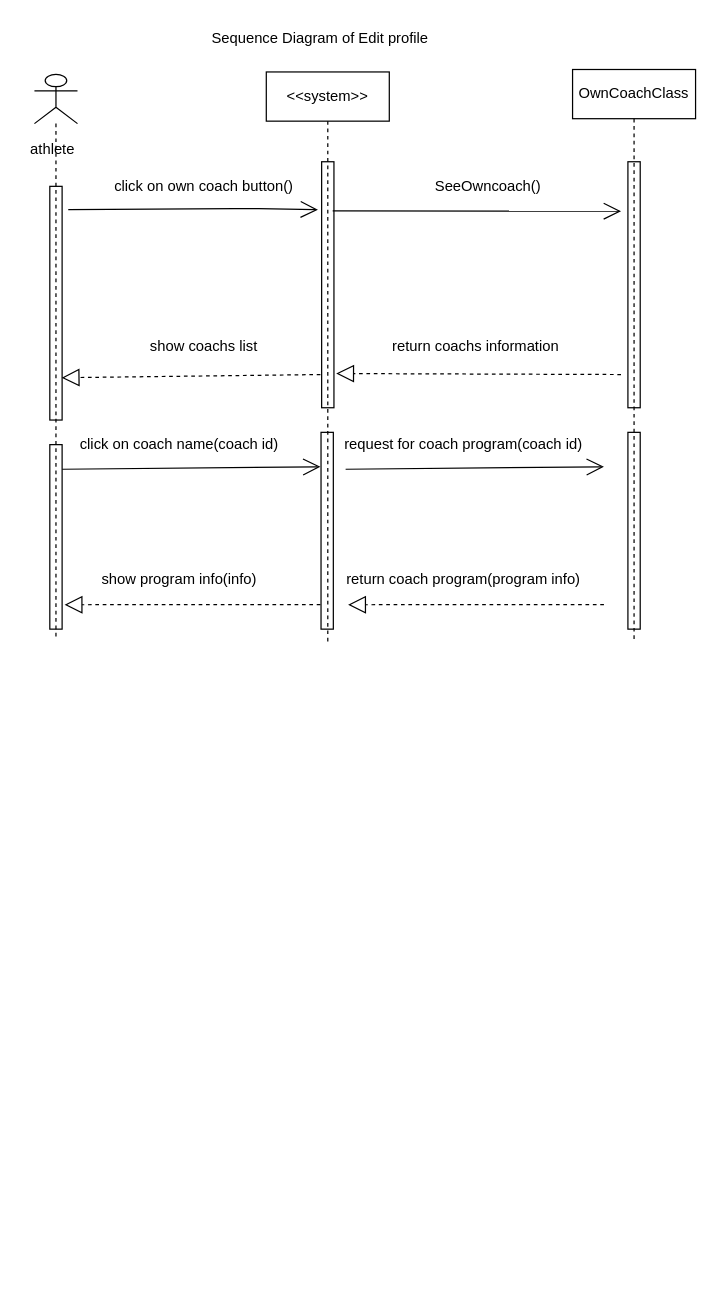
Before: Behavioral Modeling/Sequence Diagram of own coach.drawio in mmohajer9/sama-online-coaching-system, a draw.io diagram. Source tidied: cells renumbered, new cells numbered last; positions are measured from the earlier drawing's top-left corner, leaving out a move shared by most shapes. Both pictures are drawn from the tidied source at 123%, with x=0, y=0 at pixel (21, 26).
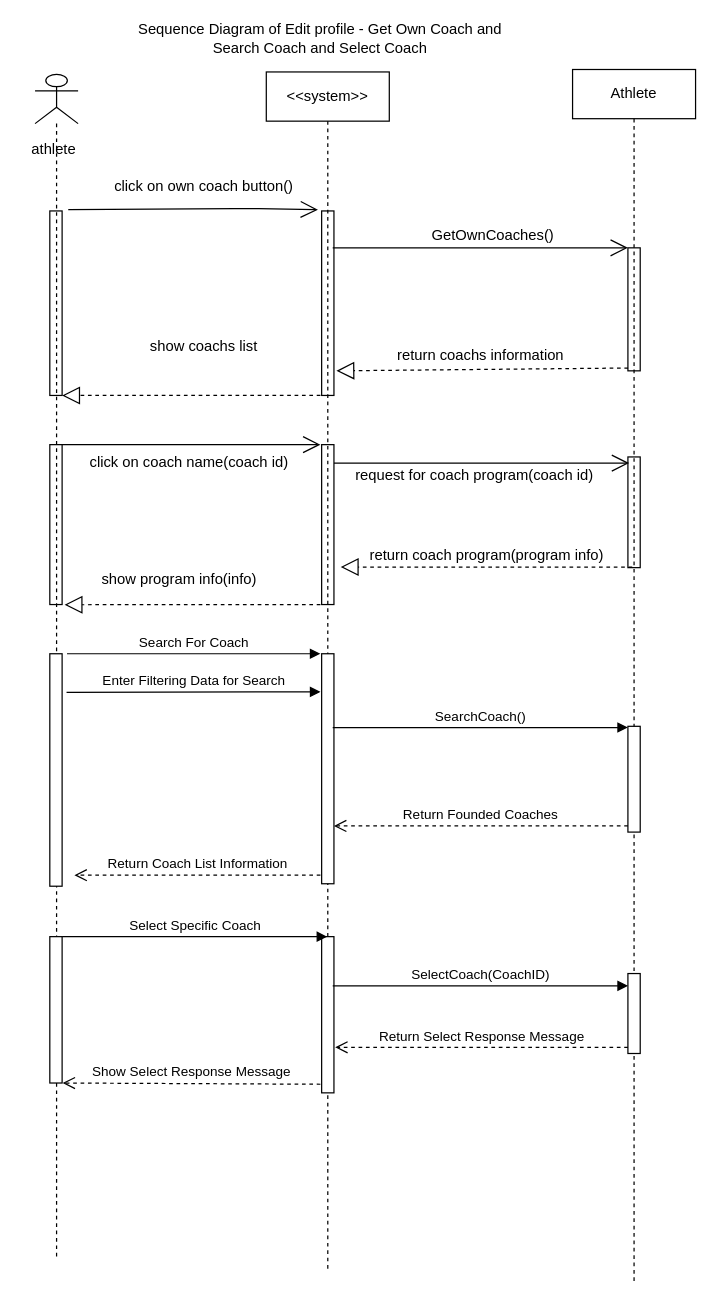
The same diagram, later.

Diff of the diagram source:
```diff
@@
     <mxCell id="2" style="html=1;points=[];perimeter=orthogonalPerimeter;" parent="1" vertex="1">
-      <mxGeometry x="493" y="110" width="10" height="200" as="geometry" />
+      <mxGeometry x="493" y="180" width="10" height="100" as="geometry" />
     </mxCell>
@@
     <mxCell id="6" style="html=1;perimeter=orthogonalPerimeter;" parent="1" vertex="1">
-      <mxGeometry x="243.5" y="330" width="10" height="160" as="geometry" />
+      <mxGeometry x="244" y="340" width="10" height="130" as="geometry" />
     </mxCell>
-    <mxCell id="7" style="endArrow=open;endFill=1;endSize=12;html=1;" parent="1" edge="1">
+    <mxCell id="7" style="endArrow=open;endFill=1;endSize=12;html=1;" parent="1" edge="1" source="27">
       <mxGeometry relative="1" as="geometry">
-        <mxPoint x="33" y="360" as="sourcePoint" />
-        <mxPoint x="243" y="358" as="targetPoint" />
+        <mxPoint x="243" y="340" as="targetPoint" />
       </mxGeometry>
     </mxCell>
@@
     <mxCell id="9" style="html=1;points=[];perimeter=orthogonalPerimeter;" parent="1" vertex="1">
-      <mxGeometry x="244" y="110" width="10" height="200" as="geometry" />
+      <mxGeometry x="244" y="150" width="10" height="150" as="geometry" />
     </mxCell>
-    <mxCell id="10" style="endArrow=open;endFill=1;endSize=12;html=1;entryX=-0.56;entryY=0.201;entryDx=0;entryDy=0;entryPerimeter=0;" parent="1" edge="1" target="2">
+    <mxCell id="10" style="endArrow=open;endFill=1;endSize=12;html=1;" parent="1" edge="1">
       <mxGeometry relative="1" as="geometry">
-        <mxPoint x="253" y="150" as="sourcePoint" />
+        <mxPoint x="253" y="180" as="sourcePoint" />
+        <mxPoint x="493" y="180" as="targetPoint" />
       </mxGeometry>
     </mxCell>
-    <mxCell id="11" value="SeeOwncoach()" style="text;html=1;align=center;verticalAlign=middle;" parent="1" vertex="1">
-      <mxGeometry x="328.5" y="120" width="100" height="20" as="geometry" />
+    <mxCell id="11" value="GetOwnCoaches()" style="text;html=1;align=center;verticalAlign=middle;" parent="1" vertex="1">
+      <mxGeometry x="328" y="160" width="110" height="20" as="geometry" />
     </mxCell>
-    <mxCell id="12" style="endArrow=block;dashed=1;endFill=0;endSize=12;html=1;entryX=1.18;entryY=0.861;entryDx=0;entryDy=0;entryPerimeter=0;exitX=-0.56;exitY=0.865;exitDx=0;exitDy=0;exitPerimeter=0;" parent="1" edge="1" source="2" target="9">
-      <mxGeometry relative="1" as="geometry" />
+    <mxCell id="12" style="endArrow=block;dashed=1;endFill=0;endSize=12;html=1;exitX=0.014;exitY=0.977;exitDx=0;exitDy=0;exitPerimeter=0;" parent="1" edge="1" source="2">
+      <mxGeometry relative="1" as="geometry">
+        <mxPoint x="256" y="280" as="targetPoint" />
+      </mxGeometry>
     </mxCell>
     <mxCell id="13" value="return coachs information" style="text;html=1;align=center;verticalAlign=middle;" parent="1" vertex="1">
-      <mxGeometry x="294" y="250" width="150" height="20" as="geometry" />
+      <mxGeometry x="298" y="257.5" width="150" height="20" as="geometry" />
     </mxCell>
     <mxCell id="14" value="click on coach name(coach id)" style="text;html=1;align=center;verticalAlign=middle;" parent="1" vertex="1">
-      <mxGeometry x="38" y="330" width="180" height="20" as="geometry" />
+      <mxGeometry x="45.5" y="345" width="180" height="20" as="geometry" />
     </mxCell>
@@
-    <mxCell id="16" value="Sequence Diagram of Edit profile" style="text;html=1;strokeColor=none;fillColor=none;align=center;verticalAlign=middle;whiteSpace=wrap;rounded=0;" parent="1" vertex="1">
+    <mxCell id="16" value="Sequence Diagram of Edit profile - Get Own Coach and Search Coach and Select Coach" style="text;html=1;strokeColor=none;fillColor=none;align=center;verticalAlign=middle;whiteSpace=wrap;rounded=0;" parent="1" vertex="1">
       <mxGeometry x="78" width="330" height="20" as="geometry" />
     </mxCell>
     <mxCell id="17" style="html=1;perimeter=orthogonalPerimeter;" parent="1" vertex="1">
-      <mxGeometry x="493" y="330" width="10" height="160" as="geometry" />
+      <mxGeometry x="493" y="350" width="10" height="90" as="geometry" />
     </mxCell>
     <mxCell id="18" style="endArrow=open;endFill=1;endSize=12;html=1;" parent="1" edge="1">
       <mxGeometry relative="1" as="geometry">
-        <mxPoint x="263.5" y="360" as="sourcePoint" />
-        <mxPoint x="473.5" y="358" as="targetPoint" />
+        <mxPoint x="254" y="355" as="sourcePoint" />
+        <mxPoint x="494" y="355" as="targetPoint" />
       </mxGeometry>
     </mxCell>
-    <mxCell id="19" style="endArrow=block;dashed=1;endFill=0;endSize=12;html=1;entryX=1.2;entryY=0.876;entryDx=0;entryDy=0;entryPerimeter=0;" parent="1" edge="1">
+    <mxCell id="19" style="endArrow=block;dashed=1;endFill=0;endSize=12;html=1;" parent="1" edge="1">
       <mxGeometry relative="1" as="geometry">
-        <mxPoint x="473.5" y="470" as="sourcePoint" />
-        <mxPoint x="265.5" y="470.2" as="targetPoint" />
-        <Array as="points">
-          <mxPoint x="363.5" y="470" />
-        </Array>
+        <mxPoint x="496.5" y="439.5" as="sourcePoint" />
+        <mxPoint x="259.5" y="439.5" as="targetPoint" />
       </mxGeometry>
     </mxCell>
     <mxCell id="20" value="request for coach program(coach id)" style="text;html=1;align=center;verticalAlign=middle;" parent="1" vertex="1">
-      <mxGeometry x="253.5" y="330" width="210" height="20" as="geometry" />
+      <mxGeometry x="263" y="355" width="210" height="20" as="geometry" />
     </mxCell>
     <mxCell id="21" value="return coach program(program info)" style="text;html=1;align=center;verticalAlign=middle;" parent="1" vertex="1">
-      <mxGeometry x="253.5" y="440" width="210" height="20" as="geometry" />
+      <mxGeometry x="273" y="420" width="210" height="20" as="geometry" />
     </mxCell>
-    <mxCell id="22" value="&lt;span style=&quot;white-space: nowrap&quot;&gt;OwnCoachClass&lt;/span&gt;" style="shape=umlLifeline;perimeter=lifelinePerimeter;whiteSpace=wrap;html=1;" parent="1" vertex="1">
-      <mxGeometry x="448" y="35" width="100" height="465" as="geometry" />
+    <mxCell id="22" value="&lt;span style=&quot;white-space: nowrap&quot;&gt;Athlete&lt;/span&gt;" style="shape=umlLifeline;perimeter=lifelinePerimeter;whiteSpace=wrap;html=1;" parent="1" vertex="1">
+      <mxGeometry x="448" y="35" width="100" height="985" as="geometry" />
     </mxCell>
+    <mxCell id="29" style="html=1;perimeter=orthogonalPerimeter;" parent="22" vertex="1">
+      <mxGeometry x="45" y="534" width="10" height="86" as="geometry" />
+    </mxCell>
+    <mxCell id="30" style="html=1;points=[];perimeter=orthogonalPerimeter;" parent="22" vertex="1">
+      <mxGeometry x="45" y="735" width="10" height="65" as="geometry" />
+    </mxCell>
     <mxCell id="23" value="&lt;span style=&quot;white-space: nowrap&quot;&gt;&amp;lt;&amp;lt;system&amp;gt;&amp;gt;&lt;/span&gt;" style="shape=umlLifeline;perimeter=lifelinePerimeter;whiteSpace=wrap;html=1;outlineConnect=0;" parent="1" vertex="1">
-      <mxGeometry x="199" y="37" width="100" height="464" as="geometry" />
+      <mxGeometry x="199" y="37" width="100" height="973" as="geometry" />
     </mxCell>
+    <mxCell id="31" style="html=1;points=[];perimeter=orthogonalPerimeter;" parent="23" vertex="1">
+      <mxGeometry x="45" y="473" width="10" height="187" as="geometry" />
+    </mxCell>
+    <mxCell id="32" value="SearchCoach()" style="html=1;verticalAlign=bottom;endArrow=block;" parent="23" edge="1">
+      <mxGeometry relative="1" as="geometry">
+        <mxPoint x="54" y="533" as="sourcePoint" />
+        <mxPoint x="294" y="533" as="targetPoint" />
+      </mxGeometry>
+    </mxCell>
+    <mxCell id="33" style="html=1;perimeter=orthogonalPerimeter;" parent="23" vertex="1">
+      <mxGeometry x="45" y="703" width="10" height="127" as="geometry" />
+    </mxCell>
+    <mxCell id="34" value="SelectCoach(CoachID)" style="html=1;verticalAlign=bottom;endArrow=block;" parent="23" edge="1">
+      <mxGeometry relative="1" as="geometry">
+        <mxPoint x="54" y="743" as="sourcePoint" />
+        <mxPoint x="294" y="743" as="targetPoint" />
+      </mxGeometry>
+    </mxCell>
     <mxCell id="24" style="html=1;perimeter=orthogonalPerimeter;" parent="1" vertex="1">
-      <mxGeometry x="23" y="340" width="10" height="150" as="geometry" />
+      <mxGeometry x="23" y="340" width="10" height="130" as="geometry" />
     </mxCell>
     <mxCell id="25" style="html=1;points=[];perimeter=orthogonalPerimeter;" parent="1" vertex="1">
-      <mxGeometry x="23" y="130" width="10" height="190" as="geometry" />
+      <mxGeometry x="23" y="150" width="10" height="150" as="geometry" />
     </mxCell>
-    <mxCell id="26" style="endArrow=block;dashed=1;endFill=0;endSize=12;html=1;entryX=0.96;entryY=0.819;entryDx=0;entryDy=0;entryPerimeter=0;" parent="1" edge="1" target="25">
+    <mxCell id="26" style="endArrow=block;dashed=1;endFill=0;endSize=12;html=1;" parent="1" edge="1">
       <mxGeometry relative="1" as="geometry">
-        <mxPoint x="243" y="283" as="sourcePoint" />
+        <mxPoint x="243" y="300" as="sourcePoint" />
+        <mxPoint x="33" y="300" as="targetPoint" />
       </mxGeometry>
     </mxCell>
     <mxCell id="27" style="shape=umlLifeline;participant=umlActor;perimeter=lifelinePerimeter;whiteSpace=wrap;html=1;verticalAlign=top;spacingTop=36;labelBackgroundColor=#ffffff;outlineConnect=0;" parent="1" vertex="1">
-      <mxGeometry x="10.5" y="39" width="35" height="460" as="geometry" />
+      <mxGeometry x="11" y="39" width="35" height="961" as="geometry" />
     </mxCell>
@@
+    <mxCell id="35" style="html=1;points=[];perimeter=orthogonalPerimeter;" parent="27" vertex="1">
+      <mxGeometry x="12" y="471" width="10" height="189" as="geometry" />
+    </mxCell>
+    <mxCell id="36" value="Search For Coach" style="html=1;verticalAlign=bottom;endArrow=block;" parent="27" edge="1">
+      <mxGeometry relative="1" as="geometry">
+        <mxPoint x="26" y="471" as="sourcePoint" />
+        <mxPoint x="232" y="471" as="targetPoint" />
+      </mxGeometry>
+    </mxCell>
+    <mxCell id="37" style="html=1;points=[];perimeter=orthogonalPerimeter;" parent="27" vertex="1">
+      <mxGeometry x="12" y="701" width="10" height="119" as="geometry" />
+    </mxCell>
+    <mxCell id="38" value="Select Specific Coach" style="html=1;verticalAlign=bottom;endArrow=block;" parent="27" edge="1" target="23">
+      <mxGeometry relative="1" as="geometry">
+        <mxPoint x="22" y="701" as="sourcePoint" />
+      </mxGeometry>
+    </mxCell>
+    <mxCell id="39" value="Enter Filtering Data for Search" style="html=1;verticalAlign=bottom;endArrow=block;exitX=1.36;exitY=0.166;exitDx=0;exitDy=0;exitPerimeter=0;" parent="1" edge="1" source="35">
+      <mxGeometry relative="1" as="geometry">
+        <mxPoint x="243" y="541" as="targetPoint" />
+      </mxGeometry>
+    </mxCell>
+    <mxCell id="40" value="Return Founded Coaches" style="html=1;verticalAlign=bottom;endArrow=open;dashed=1;endSize=8;" parent="1" edge="1" target="31">
+      <mxGeometry relative="1" as="geometry">
+        <mxPoint x="493" y="650" as="sourcePoint" />
+      </mxGeometry>
+    </mxCell>
+    <mxCell id="41" value="Return Coach List Information" style="html=1;verticalAlign=bottom;endArrow=open;dashed=1;endSize=8;" parent="1" edge="1">
+      <mxGeometry relative="1" as="geometry">
+        <mxPoint x="243" y="690" as="sourcePoint" />
+        <mxPoint x="43" y="690" as="targetPoint" />
+      </mxGeometry>
+    </mxCell>
+    <mxCell id="42" value="Return Select Response Message" style="html=1;verticalAlign=bottom;endArrow=open;dashed=1;endSize=8;" parent="1" edge="1" source="30">
+      <mxGeometry relative="1" as="geometry">
+        <mxPoint x="255" y="830" as="targetPoint" />
+        <Array as="points">
+          <mxPoint x="373" y="830" />
+        </Array>
+      </mxGeometry>
+    </mxCell>
+    <mxCell id="43" value="Show Select Response Message" style="html=1;verticalAlign=bottom;endArrow=open;dashed=1;endSize=8;entryX=1.04;entryY=1;entryDx=0;entryDy=0;entryPerimeter=0;" parent="1" edge="1" target="37">
+      <mxGeometry relative="1" as="geometry">
+        <mxPoint x="243" y="860" as="sourcePoint" />
+      </mxGeometry>
+    </mxCell>
```
